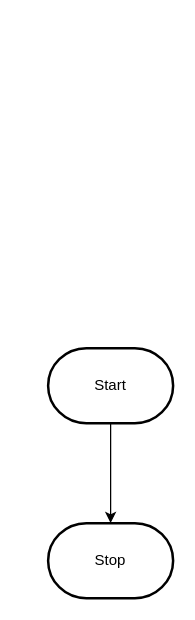
MTHS-ICD2O-1-2024/ICD2O-Unit-3-04-Emre-Guzel-2 keeps this draw.io diagram as design/flowchart.drawio. Above is the earlier version. Source tidied: cells renumbered, new cells numbered last; positions are measured from the earlier drawing's top-left corner, leaving out a move shared by most shapes. Both pictures are drawn from the tidied source at 125%, with x=0, y=0 at pixel (48, 348).
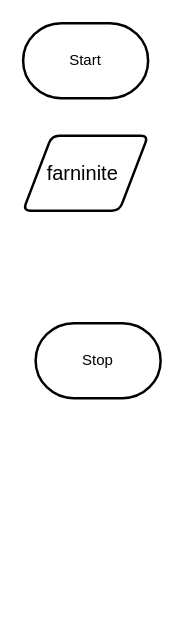
After the change.

The edit, as a diff of the source:
```diff
@@
 <mxGraphModel>
   <root>
     <mxCell id="0" />
     <mxCell id="1" parent="0" />
-    <mxCell id="2" style="edgeStyle=orthogonalEdgeStyle;html=1;rounded=0;" parent="1" edge="1" source="3" target="4">
-      <mxGeometry relative="1" as="geometry" />
-    </mxCell>
     <mxCell id="3" value="Start" style="strokeWidth=2;html=1;shape=mxgraph.flowchart.terminator;whiteSpace=wrap;" parent="1" vertex="1">
-      <mxGeometry width="100" height="60" as="geometry" />
+      <mxGeometry x="-20" y="-260" width="100" height="60" as="geometry" />
     </mxCell>
     <mxCell id="4" value="Stop" style="strokeWidth=2;html=1;shape=mxgraph.flowchart.terminator;whiteSpace=wrap;" parent="1" vertex="1">
-      <mxGeometry y="140" width="100" height="60" as="geometry" />
+      <mxGeometry x="-10" y="-20" width="100" height="60" as="geometry" />
     </mxCell>
+    <mxCell id="2" value="&lt;font style=&quot;font-size: 16px;&quot;&gt;&lt;font style=&quot;&quot;&gt;farninite&lt;/font&gt;&amp;nbsp;&lt;/font&gt;" style="shape=parallelogram;html=1;strokeWidth=2;perimeter=parallelogramPerimeter;whiteSpace=wrap;rounded=1;arcSize=12;size=0.23;" parent="1" vertex="1">
+      <mxGeometry x="-20" y="-170" width="100" height="60" as="geometry" />
+    </mxCell>
   </root>
 </mxGraphModel>
```
